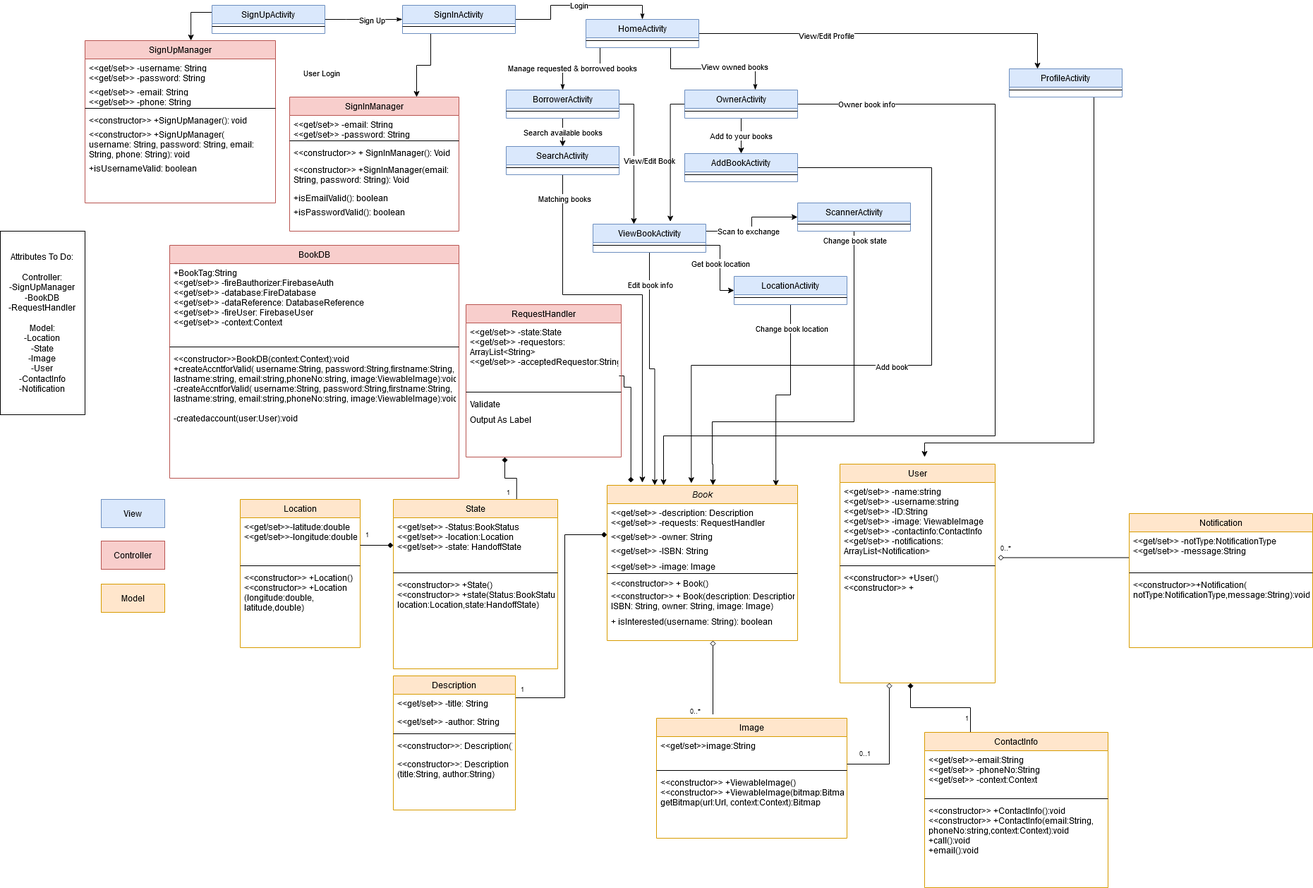
Before: doc/BookerUML.png, a diagram exported from draw.io (CMPUT301F20T39/Booker). Source tidied: cells renumbered, new cells last; positions are measured from the earlier drawing's top-left corner, leaving out a move shared by most shapes.
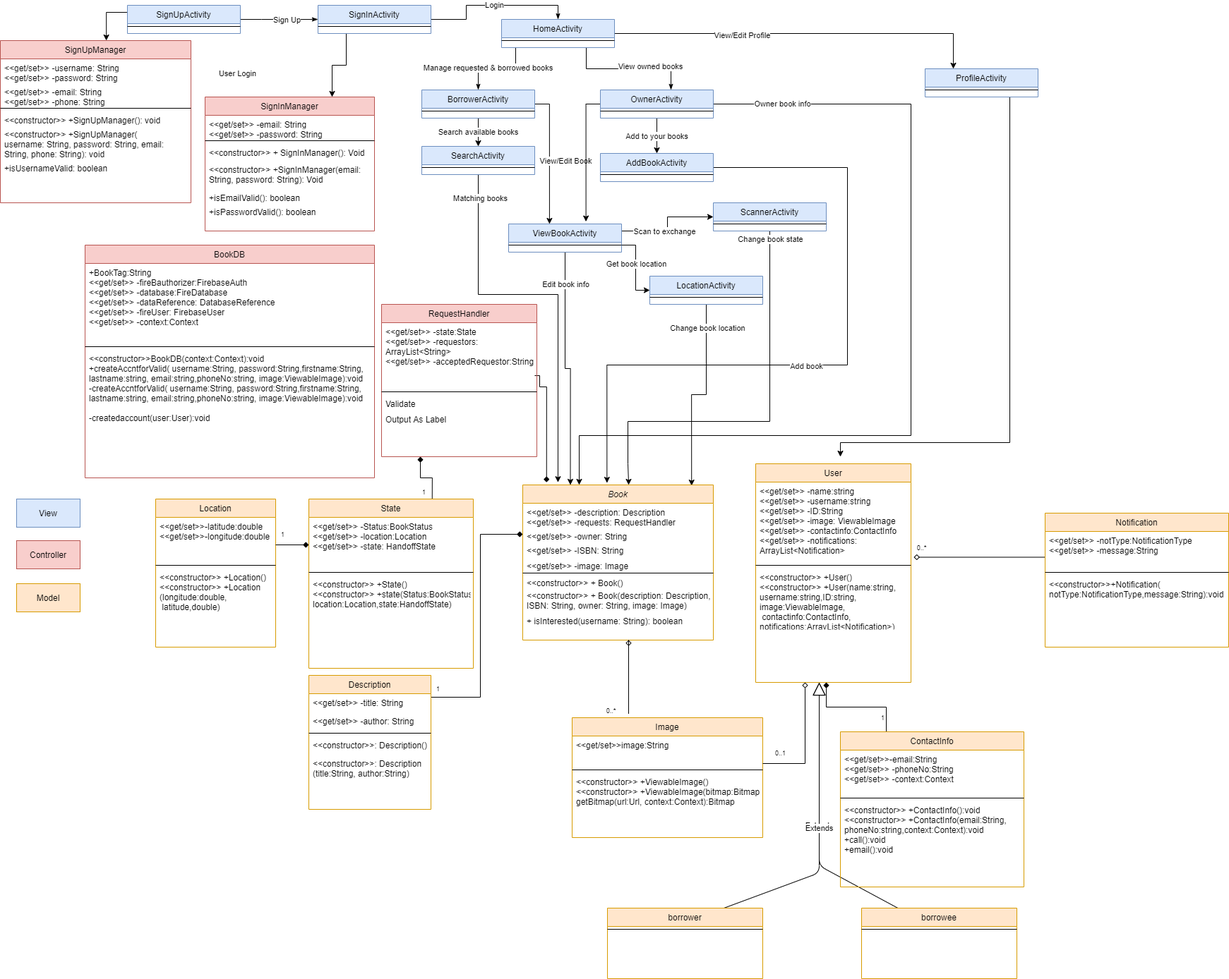
Later version of the same file.

Diff of the diagram source:
```diff
@@ -31,7 +31,7 @@
     <mxCell id="10" style="line;html=1;strokeWidth=1;align=left;verticalAlign=middle;spacingTop=-1;spacingLeft=3;spacingRight=3;labelPosition=right;" parent="8" vertex="1">
       <mxGeometry y="90" width="170" height="8" as="geometry" />
     </mxCell>
-    <mxCell id="11" value="&lt;&lt;constructor&gt;&gt; +Location()&#10;&lt;&lt;constructor&gt;&gt; +Location&#10;(longitude:double,&#10; latitude,double)" style="text;align=left;verticalAlign=top;spacingLeft=4;spacingRight=4;overflow=hidden;" parent="8" vertex="1">
+    <mxCell id="11" value="&lt;&lt;constructor&gt;&gt; +Location()&#10;&lt;&lt;constructor&gt;&gt; +Location&#10;(longitude:double,&#10; latitude,double)" style="text;align=left;verticalAlign=top;spacingLeft=4;spacingRight=4;overflow=hidden;" parent="8" vertex="1">
       <mxGeometry y="98" width="170" height="82" as="geometry" />
     </mxCell>
     <mxCell id="12" style="edgeStyle=orthogonalEdgeStyle;rounded=0;orthogonalLoop=1;jettySize=auto;html=1;exitX=1;exitY=0.5;exitDx=0;exitDy=0;entryX=0;entryY=0.5;entryDx=0;entryDy=0;startArrow=none;startFill=0;endArrow=diamond;endFill=1;" parent="1" edge="1">
@@ -322,9 +322,27 @@
     <mxCell id="86" style="line;html=1;strokeWidth=1;align=left;verticalAlign=middle;spacingTop=-1;spacingLeft=3;spacingRight=3;labelPosition=right;" parent="84" vertex="1">
       <mxGeometry y="140" width="220" height="8" as="geometry" />
     </mxCell>
-    <mxCell id="87" value="&lt;&lt;constructor&gt;&gt; +User()&#10;&lt;&lt;constructor&gt;&gt; +" style="text;align=left;verticalAlign=top;spacingLeft=4;spacingRight=4;overflow=hidden;" parent="84" vertex="1">
+    <mxCell id="87" value="&lt;&lt;constructor&gt;&gt; +User()&#10;&lt;&lt;constructor&gt;&gt; +User(name:string,&#10;username:string,ID:string,&#10;image:ViewableImage,&#10; contactinfo:ContactInfo,&#10;notifications:ArrayList&lt;Notification&gt;)" style="text;align=left;verticalAlign=top;spacingLeft=4;spacingRight=4;overflow=hidden;" parent="84" vertex="1">
       <mxGeometry y="148" width="220" height="82" as="geometry" />
     </mxCell>
+    <mxCell id="143" value="Extends" style="endArrow=block;endSize=16;endFill=0;html=1;" parent="84" edge="1">
+      <mxGeometry relative="1" as="geometry">
+        <mxPoint x="220" y="640" as="sourcePoint" />
+        <mxPoint x="90" y="310" as="targetPoint" />
+        <Array as="points">
+          <mxPoint x="90" y="570" />
+          <mxPoint x="90" y="430" />
+        </Array>
+      </mxGeometry>
+    </mxCell>
+    <mxCell id="144" value="Extends" style="endArrow=block;endSize=16;endFill=0;html=1;exitX=0.75;exitY=0;exitDx=0;exitDy=0;" parent="84" edge="1" source="147">
+      <mxGeometry relative="1" as="geometry">
+        <mxPoint x="90" y="310" as="targetPoint" />
+        <Array as="points">
+          <mxPoint x="90" y="580" />
+        </Array>
+      </mxGeometry>
+    </mxCell>
     <mxCell id="88" value="Book" style="swimlane;fontStyle=2;align=center;verticalAlign=top;horizontal=1;startSize=26;rounded=0;shadow=0;strokeWidth=1;fillColor=#ffe6cc;strokeColor=#d79b00;" parent="1" vertex="1">
       <mxGeometry x="860" y="680" width="270" height="220" as="geometry" />
     </mxCell>
@@ -396,9 +414,6 @@
     <mxCell id="108" value="Controller" style="whiteSpace=wrap;html=1;fillColor=#f8cecc;strokeColor=#b85450;" parent="1" vertex="1">
       <mxGeometry x="143" y="759" width="90" height="40" as="geometry" />
     </mxCell>
-    <mxCell id="109" value="Attributes To Do:&lt;br&gt;&lt;br&gt;Controller:&lt;br&gt;-SignUpManager&lt;br&gt;-BookDB&lt;br&gt;-RequestHandler&lt;br&gt;&lt;br&gt;Model:&lt;br&gt;-Location&lt;br&gt;-State&lt;br&gt;-Image&lt;br&gt;-User&lt;br&gt;-ContactInfo&lt;br&gt;-Notification" style="whiteSpace=wrap;html=1;" parent="1" vertex="1">
-      <mxGeometry y="320" width="120" height="260" as="geometry" />
-    </mxCell>
     <mxCell id="110" value="0..*" style="text;html=1;align=center;verticalAlign=middle;points=[];fontSize=9;" parent="1" vertex="1">
       <mxGeometry x="970" y="990" width="30" height="20" as="geometry" />
     </mxCell>
@@ -438,7 +453,7 @@
     <mxCell id="122" value="&lt;&lt;constructor&gt;&gt; + SignInManager(): Void" style="text;align=left;verticalAlign=top;spacingLeft=4;spacingRight=4;overflow=hidden;" parent="118" vertex="1">
       <mxGeometry y="66" width="240" height="24" as="geometry" />
     </mxCell>
-    <mxCell id="123" value="&lt;&lt;constructor&gt;&gt; +SignInManager(email: &#10;String, password: String): Void" style="text;align=left;verticalAlign=top;spacingLeft=4;spacingRight=4;overflow=hidden;" parent="118" vertex="1">
+    <mxCell id="123" value="&lt;&lt;constructor&gt;&gt; +SignInManager(email: &#10;String, password: String): Void" style="text;align=left;verticalAlign=top;spacingLeft=4;spacingRight=4;overflow=hidden;" parent="118" vertex="1">
       <mxGeometry y="90" width="240" height="40" as="geometry" />
     </mxCell>
     <mxCell id="124" value="+isEmailValid(): boolean" style="text;align=left;verticalAlign=top;spacingLeft=4;spacingRight=4;overflow=hidden;" parent="118" vertex="1">
@@ -498,5 +513,17 @@
     <mxCell id="142" value="&lt;&lt;constructor&gt;&gt;+Notification(&#10;notType:NotificationType,message:String):void" style="text;align=left;verticalAlign=top;spacingLeft=4;spacingRight=4;overflow=hidden;" parent="139" vertex="1">
       <mxGeometry y="88" width="260" height="82" as="geometry" />
     </mxCell>
+    <mxCell id="145" value="borrowee" style="swimlane;fontStyle=0;align=center;verticalAlign=top;horizontal=1;startSize=26;rounded=0;shadow=0;strokeWidth=1;fillColor=#ffe6cc;strokeColor=#d79b00;" parent="1" vertex="1">
+      <mxGeometry x="1340" y="1280" width="220" height="100" as="geometry" />
+    </mxCell>
+    <mxCell id="146" style="line;html=1;strokeWidth=1;align=left;verticalAlign=middle;spacingTop=-1;spacingLeft=3;spacingRight=3;labelPosition=right;" parent="145" vertex="1">
+      <mxGeometry y="26" width="220" height="8" as="geometry" />
+    </mxCell>
+    <mxCell id="147" value="borrower" style="swimlane;fontStyle=0;align=center;verticalAlign=top;horizontal=1;startSize=26;rounded=0;shadow=0;strokeWidth=1;fillColor=#ffe6cc;strokeColor=#d79b00;" parent="1" vertex="1">
+      <mxGeometry x="980" y="1280" width="220" height="100" as="geometry" />
+    </mxCell>
+    <mxCell id="148" style="line;html=1;strokeWidth=1;align=left;verticalAlign=middle;spacingTop=-1;spacingLeft=3;spacingRight=3;labelPosition=right;" parent="147" vertex="1">
+      <mxGeometry y="26" width="220" height="8" as="geometry" />
+    </mxCell>
   </root>
 </mxGraphModel>
```
